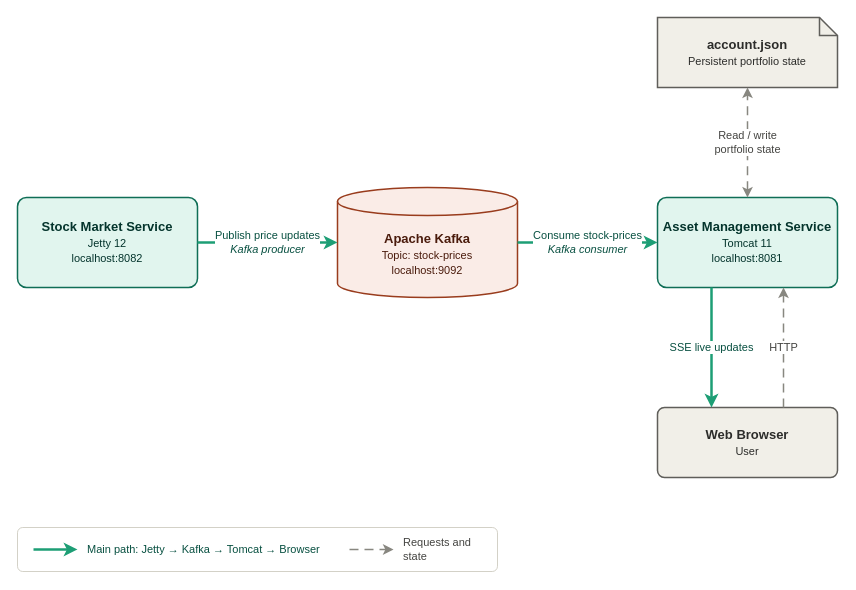
Before: stock-market-project/stock-portfolio-architecture.drawio in alexvladu/distributed-java, a draw.io diagram. Source tidied: cells renumbered, new cells numbered last; positions are measured from the earlier drawing's top-left corner, leaving out a move shared by most shapes. Both pictures are drawn from the tidied source at 100%, with x=0, y=0 at pixel (17, 17).
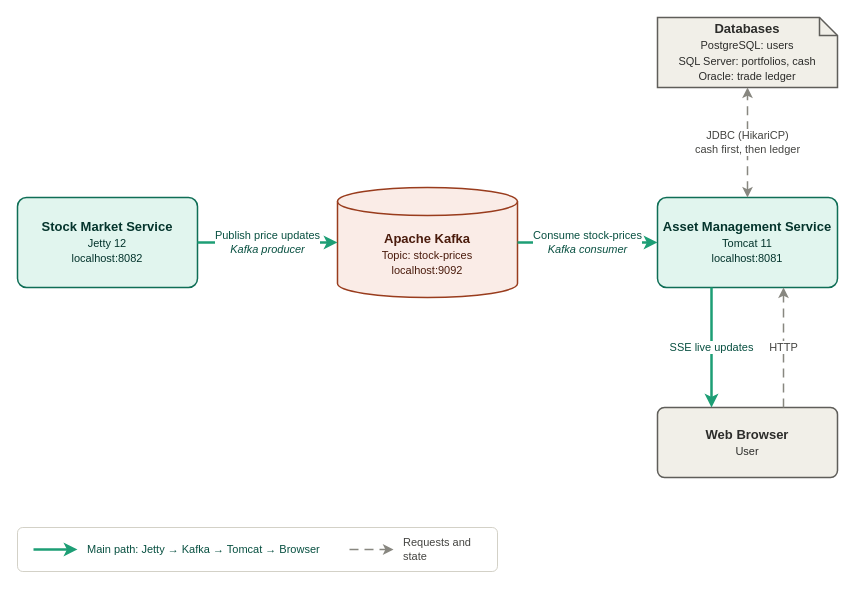
The same diagram, later.

Change to the diagram source:
```diff
@@
 <mxGraphModel>
   <root>
     <mxCell id="0" />
     <mxCell id="1" parent="0" />
-    <mxCell id="2" value="&lt;b&gt;account.json&lt;/b&gt;&lt;br&gt;&lt;font style=&quot;font-size:11px&quot;&gt;Persistent portfolio state&lt;/font&gt;" style="shape=note;size=18;whiteSpace=wrap;html=1;fillColor=#F1EFE8;strokeColor=#5F5E5A;fontColor=#2C2C2A;fontSize=13;strokeWidth=1.5;" parent="1" vertex="1">
+    <mxCell id="2" value="&lt;b&gt;Databases&lt;/b&gt;&lt;br&gt;&lt;font style=&quot;font-size:11px&quot;&gt;PostgreSQL: users&lt;br&gt;SQL Server: portfolios, cash&lt;br&gt;Oracle: trade ledger&lt;/font&gt;" style="shape=note;size=18;whiteSpace=wrap;html=1;fillColor=#F1EFE8;strokeColor=#5F5E5A;fontColor=#2C2C2A;fontSize=13;strokeWidth=1.5;" parent="1" vertex="1">
       <mxGeometry x="640" width="180" height="70" as="geometry" />
     </mxCell>
     <mxCell id="3" value="&lt;b&gt;Stock Market Service&lt;/b&gt;&lt;br&gt;&lt;font style=&quot;font-size:11px&quot;&gt;Jetty 12&lt;br&gt;localhost:8082&lt;/font&gt;" style="rounded=1;arcSize=10;whiteSpace=wrap;html=1;fillColor=#E1F5EE;strokeColor=#0F6E56;fontColor=#04342C;fontSize=13;strokeWidth=1.5;" parent="1" vertex="1">
       <mxGeometry y="180" width="180" height="90" as="geometry" />
     </mxCell>
     <mxCell id="4" value="&lt;b&gt;Apache Kafka&lt;/b&gt;&lt;br&gt;&lt;font style=&quot;font-size:11px&quot;&gt;Topic: stock-prices&lt;br&gt;localhost:9092&lt;/font&gt;" style="shape=cylinder3;boundedLbl=1;backgroundOutline=1;size=14;whiteSpace=wrap;html=1;fillColor=#FAECE7;strokeColor=#993C1D;fontColor=#4A1B0C;fontSize=13;strokeWidth=1.5;" parent="1" vertex="1">
       <mxGeometry x="320" y="170" width="180" height="110" as="geometry" />
     </mxCell>
     <mxCell id="5" value="&lt;b&gt;Asset Management Service&lt;/b&gt;&lt;br&gt;&lt;font style=&quot;font-size:11px&quot;&gt;Tomcat 11&lt;br&gt;localhost:8081&lt;/font&gt;" style="rounded=1;arcSize=10;whiteSpace=wrap;html=1;fillColor=#E1F5EE;strokeColor=#0F6E56;fontColor=#04342C;fontSize=13;strokeWidth=1.5;" parent="1" vertex="1">
       <mxGeometry x="640" y="180" width="180" height="90" as="geometry" />
     </mxCell>
     <mxCell id="6" value="&lt;b&gt;Web Browser&lt;/b&gt;&lt;br&gt;&lt;font style=&quot;font-size:11px&quot;&gt;User&lt;/font&gt;" style="rounded=1;arcSize=10;whiteSpace=wrap;html=1;fillColor=#F1EFE8;strokeColor=#5F5E5A;fontColor=#2C2C2A;fontSize=13;strokeWidth=1.5;" parent="1" vertex="1">
       <mxGeometry x="640" y="390" width="180" height="70" as="geometry" />
     </mxCell>
     <mxCell id="7" value="Publish price updates&lt;br&gt;&lt;i&gt;Kafka producer&lt;/i&gt;" style="edgeStyle=orthogonalEdgeStyle;rounded=0;html=1;endArrow=classic;endFill=1;strokeColor=#1D9E75;strokeWidth=2.5;fontSize=11;fontColor=#085041;labelBackgroundColor=default;" parent="1" edge="1" source="3" target="4">
       <mxGeometry relative="1" as="geometry" />
     </mxCell>
     <mxCell id="8" value="Consume stock-prices&lt;br&gt;&lt;i&gt;Kafka consumer&lt;/i&gt;" style="edgeStyle=orthogonalEdgeStyle;rounded=0;html=1;endArrow=classic;endFill=1;strokeColor=#1D9E75;strokeWidth=2.5;fontSize=11;fontColor=#085041;labelBackgroundColor=default;" parent="1" edge="1" source="4" target="5">
       <mxGeometry relative="1" as="geometry" />
     </mxCell>
     <mxCell id="9" value="SSE live updates" style="edgeStyle=orthogonalEdgeStyle;rounded=0;html=1;exitX=0.3;exitY=1;exitDx=0;exitDy=0;entryX=0.3;entryY=0;entryDx=0;entryDy=0;endArrow=classic;endFill=1;strokeColor=#1D9E75;strokeWidth=2.5;fontSize=11;fontColor=#085041;labelBackgroundColor=default;" parent="1" edge="1" source="5" target="6">
       <mxGeometry relative="1" as="geometry" />
     </mxCell>
     <mxCell id="10" value="HTTP" style="edgeStyle=orthogonalEdgeStyle;rounded=0;html=1;exitX=0.7;exitY=0;exitDx=0;exitDy=0;entryX=0.7;entryY=1;entryDx=0;entryDy=0;endArrow=classic;endFill=1;dashed=1;dashPattern=6 4;strokeColor=#888780;strokeWidth=1.5;fontSize=11;fontColor=#444441;labelBackgroundColor=default;" parent="1" edge="1" source="6" target="5">
       <mxGeometry relative="1" as="geometry" />
     </mxCell>
-    <mxCell id="11" value="Read / write&lt;br&gt;portfolio state" style="edgeStyle=orthogonalEdgeStyle;rounded=0;html=1;startArrow=classic;startFill=1;endArrow=classic;endFill=1;dashed=1;dashPattern=6 4;strokeColor=#888780;strokeWidth=1.5;fontSize=11;fontColor=#444441;labelBackgroundColor=default;" parent="1" edge="1" source="5" target="2">
+    <mxCell id="11" value="JDBC (HikariCP)&lt;br&gt;cash first, then ledger" style="edgeStyle=orthogonalEdgeStyle;rounded=0;html=1;startArrow=classic;startFill=1;endArrow=classic;endFill=1;dashed=1;dashPattern=6 4;strokeColor=#888780;strokeWidth=1.5;fontSize=11;fontColor=#444441;labelBackgroundColor=default;" parent="1" edge="1" source="5" target="2">
       <mxGeometry relative="1" as="geometry" />
     </mxCell>
     <mxCell id="12" style="rounded=1;arcSize=12;whiteSpace=wrap;html=1;fillColor=none;strokeColor=#D3D1C7;strokeWidth=1;" parent="1" vertex="1">
       <mxGeometry y="510" width="480" height="44" as="geometry" />
     </mxCell>
     <mxCell id="13" style="endArrow=classic;endFill=1;html=1;strokeColor=#1D9E75;strokeWidth=2.5;" parent="1" edge="1">
       <mxGeometry relative="1" as="geometry">
         <mxPoint x="16" y="532" as="sourcePoint" />
         <mxPoint x="60" y="532" as="targetPoint" />
       </mxGeometry>
     </mxCell>
     <mxCell id="14" value="Main path: Jetty → Kafka → Tomcat → Browser" style="text;html=1;align=left;verticalAlign=middle;whiteSpace=wrap;fontSize=11;fontColor=#085041;" parent="1" vertex="1">
       <mxGeometry x="68" y="520" width="250" height="24" as="geometry" />
     </mxCell>
     <mxCell id="15" style="endArrow=classic;endFill=1;html=1;dashed=1;dashPattern=6 4;strokeColor=#888780;strokeWidth=1.5;" parent="1" edge="1">
       <mxGeometry relative="1" as="geometry">
         <mxPoint x="332" y="532" as="sourcePoint" />
         <mxPoint x="376" y="532" as="targetPoint" />
       </mxGeometry>
     </mxCell>
     <mxCell id="16" value="Requests and state" style="text;html=1;align=left;verticalAlign=middle;whiteSpace=wrap;fontSize=11;fontColor=#444441;" parent="1" vertex="1">
       <mxGeometry x="384" y="520" width="92" height="24" as="geometry" />
     </mxCell>
   </root>
 </mxGraphModel>
```
